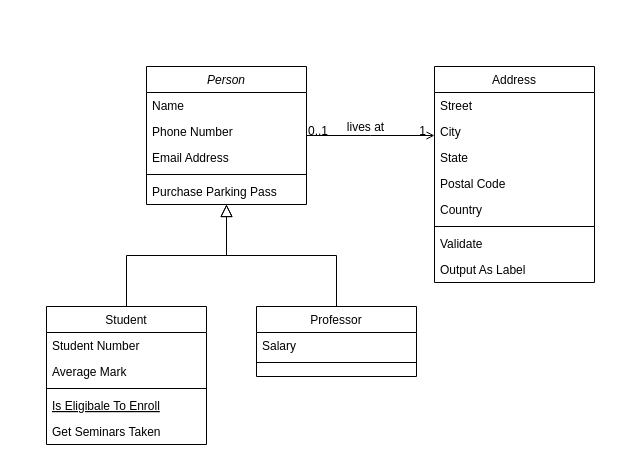
LukasMessier/sharing-github keeps this draw.io diagram as Untitled Diagram.drawio. Above is the earlier version. Source tidied: cells renumbered, new cells numbered last; positions are measured from the earlier drawing's top-left corner, leaving out a move shared by most shapes. Both pictures are drawn from the tidied source at 100%, with x=0, y=0 at pixel (46, 66).
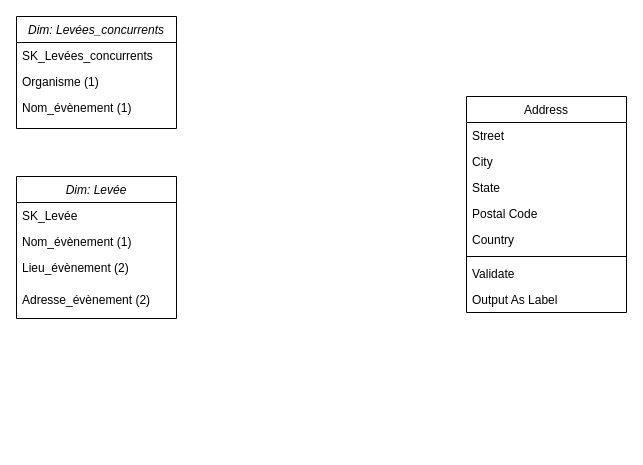
The same page after the edit.

The edit, as a diff of the source:
```diff
@@
-    <mxCell id="2" value="Person" style="swimlane;fontStyle=2;align=center;verticalAlign=top;horizontal=1;startSize=26;rounded=0;shadow=0;strokeWidth=1;" parent="1" vertex="1">
-      <mxGeometry x="100" width="160" height="138" as="geometry" />
+    <mxCell id="2" value="Dim: Levée" style="swimlane;fontStyle=2;align=center;verticalAlign=top;horizontal=1;startSize=26;rounded=0;shadow=0;strokeWidth=1;" parent="1" vertex="1">
+      <mxGeometry x="-30" y="110" width="160" height="142" as="geometry" />
     </mxCell>
-    <mxCell id="3" value="Name" style="text;align=left;verticalAlign=top;spacingLeft=4;spacingRight=4;overflow=hidden;" parent="2" vertex="1">
+    <mxCell id="3" value="SK_Levée" style="text;align=left;verticalAlign=top;spacingLeft=4;spacingRight=4;overflow=hidden;" parent="2" vertex="1">
       <mxGeometry y="26" width="160" height="26" as="geometry" />
     </mxCell>
-    <mxCell id="4" value="Phone Number" style="text;align=left;verticalAlign=top;spacingLeft=4;spacingRight=4;overflow=hidden;rounded=0;shadow=0;html=0;" parent="2" vertex="1">
+    <mxCell id="4" value="Nom_évènement (1)" style="text;align=left;verticalAlign=top;spacingLeft=4;spacingRight=4;overflow=hidden;rounded=0;shadow=0;html=0;" parent="2" vertex="1">
       <mxGeometry y="52" width="160" height="26" as="geometry" />
     </mxCell>
-    <mxCell id="5" value="Email Address" style="text;align=left;verticalAlign=top;spacingLeft=4;spacingRight=4;overflow=hidden;rounded=0;shadow=0;html=0;" parent="2" vertex="1">
-      <mxGeometry y="78" width="160" height="26" as="geometry" />
+    <mxCell id="5" value="Lieu_évènement (2)" style="text;align=left;verticalAlign=top;spacingLeft=4;spacingRight=4;overflow=hidden;rounded=0;shadow=0;html=0;" parent="2" vertex="1">
+      <mxGeometry y="78" width="160" height="32" as="geometry" />
     </mxCell>
-    <mxCell id="6" style="line;html=1;strokeWidth=1;align=left;verticalAlign=middle;spacingTop=-1;spacingLeft=3;spacingRight=3;labelPosition=right;" parent="2" vertex="1">
-      <mxGeometry y="104" width="160" height="8" as="geometry" />
-    </mxCell>
-    <mxCell id="7" value="Purchase Parking Pass" style="text;align=left;verticalAlign=top;spacingLeft=4;spacingRight=4;overflow=hidden;" parent="2" vertex="1">
-      <mxGeometry y="112" width="160" height="26" as="geometry" />
-    </mxCell>
-    <mxCell id="8" value="Student" style="swimlane;fontStyle=0;align=center;verticalAlign=top;horizontal=1;startSize=26;rounded=0;shadow=0;strokeWidth=1;" parent="1" vertex="1">
-      <mxGeometry y="240" width="160" height="138" as="geometry" />
-    </mxCell>
-    <mxCell id="9" value="Student Number" style="text;align=left;verticalAlign=top;spacingLeft=4;spacingRight=4;overflow=hidden;" parent="8" vertex="1">
-      <mxGeometry y="26" width="160" height="26" as="geometry" />
-    </mxCell>
-    <mxCell id="10" value="Average Mark" style="text;align=left;verticalAlign=top;spacingLeft=4;spacingRight=4;overflow=hidden;rounded=0;shadow=0;html=0;" parent="8" vertex="1">
-      <mxGeometry y="52" width="160" height="26" as="geometry" />
-    </mxCell>
-    <mxCell id="11" style="line;html=1;strokeWidth=1;align=left;verticalAlign=middle;spacingTop=-1;spacingLeft=3;spacingRight=3;labelPosition=right;" parent="8" vertex="1">
-      <mxGeometry y="78" width="160" height="8" as="geometry" />
-    </mxCell>
-    <mxCell id="12" value="Is Eligibale To Enroll" style="text;align=left;verticalAlign=top;spacingLeft=4;spacingRight=4;overflow=hidden;fontStyle=4;" parent="8" vertex="1">
-      <mxGeometry y="86" width="160" height="26" as="geometry" />
-    </mxCell>
-    <mxCell id="13" value="Get Seminars Taken" style="text;align=left;verticalAlign=top;spacingLeft=4;spacingRight=4;overflow=hidden;" parent="8" vertex="1">
-      <mxGeometry y="112" width="160" height="26" as="geometry" />
-    </mxCell>
-    <mxCell id="14" style="endArrow=block;endSize=10;endFill=0;shadow=0;strokeWidth=1;rounded=0;edgeStyle=elbowEdgeStyle;elbow=vertical;" parent="1" edge="1" source="8" target="2">
-      <mxGeometry relative="1" as="geometry" />
-    </mxCell>
-    <mxCell id="15" value="Professor" style="swimlane;fontStyle=0;align=center;verticalAlign=top;horizontal=1;startSize=26;rounded=0;shadow=0;strokeWidth=1;" parent="1" vertex="1">
-      <mxGeometry x="210" y="240" width="160" height="70" as="geometry" />
-    </mxCell>
-    <mxCell id="16" value="Salary" style="text;align=left;verticalAlign=top;spacingLeft=4;spacingRight=4;overflow=hidden;" parent="15" vertex="1">
-      <mxGeometry y="26" width="160" height="26" as="geometry" />
-    </mxCell>
-    <mxCell id="17" style="line;html=1;strokeWidth=1;align=left;verticalAlign=middle;spacingTop=-1;spacingLeft=3;spacingRight=3;labelPosition=right;" parent="15" vertex="1">
-      <mxGeometry y="52" width="160" height="8" as="geometry" />
-    </mxCell>
-    <mxCell id="18" style="endArrow=block;endSize=10;endFill=0;shadow=0;strokeWidth=1;rounded=0;edgeStyle=elbowEdgeStyle;elbow=vertical;" parent="1" edge="1" source="15" target="2">
-      <mxGeometry relative="1" as="geometry" />
-    </mxCell>
+    <mxCell id="32" value="Adresse_évènement (2)" style="text;align=left;verticalAlign=top;spacingLeft=4;spacingRight=4;overflow=hidden;rounded=0;shadow=0;html=0;" parent="2" vertex="1">
+      <mxGeometry y="110" width="160" height="32" as="geometry" />
+    </mxCell>
     <mxCell id="19" value="Address" style="swimlane;fontStyle=0;align=center;verticalAlign=top;horizontal=1;startSize=26;rounded=0;shadow=0;strokeWidth=1;" parent="1" vertex="1">
-      <mxGeometry x="388" width="160" height="216" as="geometry" />
+      <mxGeometry x="420" y="30" width="160" height="216" as="geometry" />
     </mxCell>
@@
-    <mxCell id="28" style="endArrow=open;shadow=0;strokeWidth=1;rounded=0;endFill=1;edgeStyle=elbowEdgeStyle;elbow=vertical;" parent="1" edge="1" source="2" target="19">
-      <mxGeometry x="0.5" y="41" relative="1" as="geometry">
-        <mxPoint x="-40" y="32" as="offset" />
-      </mxGeometry>
-    </mxCell>
-    <mxCell id="29" value="0..1" style="align=left;verticalAlign=bottom;labelBackgroundColor=none;fontSize=12;" parent="28" vertex="1">
-      <mxGeometry x="-1" relative="1" as="geometry">
-        <mxPoint y="4" as="offset" />
-      </mxGeometry>
-    </mxCell>
-    <mxCell id="30" value="1" style="align=right;verticalAlign=bottom;labelBackgroundColor=none;fontSize=12;" parent="28" vertex="1">
-      <mxGeometry x="1" relative="1" as="geometry">
-        <mxPoint x="-7" y="4" as="offset" />
-      </mxGeometry>
-    </mxCell>
-    <mxCell id="31" value="lives at" style="text;html=1;align=center;verticalAlign=middle;labelBackgroundColor=none;rounded=0;shadow=0;strokeWidth=1;fontSize=12;" parent="28" vertex="1">
-      <mxGeometry x="0.5" y="49" relative="1" as="geometry">
-        <mxPoint x="-38" y="40" as="offset" />
-      </mxGeometry>
-    </mxCell>
+    <mxCell id="33" value="Dim: Levées_concurrents" style="swimlane;fontStyle=2;align=center;verticalAlign=top;horizontal=1;startSize=26;rounded=0;shadow=0;strokeWidth=1;" parent="1" vertex="1">
+      <mxGeometry x="-30" y="-50" width="160" height="112" as="geometry" />
+    </mxCell>
+    <mxCell id="34" value="SK_Levées_concurrents" style="text;align=left;verticalAlign=top;spacingLeft=4;spacingRight=4;overflow=hidden;" parent="33" vertex="1">
+      <mxGeometry y="26" width="160" height="26" as="geometry" />
+    </mxCell>
+    <mxCell id="35" value="Organisme (1)&#10;" style="text;align=left;verticalAlign=top;spacingLeft=4;spacingRight=4;overflow=hidden;rounded=0;shadow=0;html=0;" parent="33" vertex="1">
+      <mxGeometry y="52" width="160" height="26" as="geometry" />
+    </mxCell>
+    <mxCell id="36" value="Nom_évènement (1)" style="text;align=left;verticalAlign=top;spacingLeft=4;spacingRight=4;overflow=hidden;rounded=0;shadow=0;html=0;" parent="33" vertex="1">
+      <mxGeometry y="78" width="160" height="26" as="geometry" />
+    </mxCell>
```
